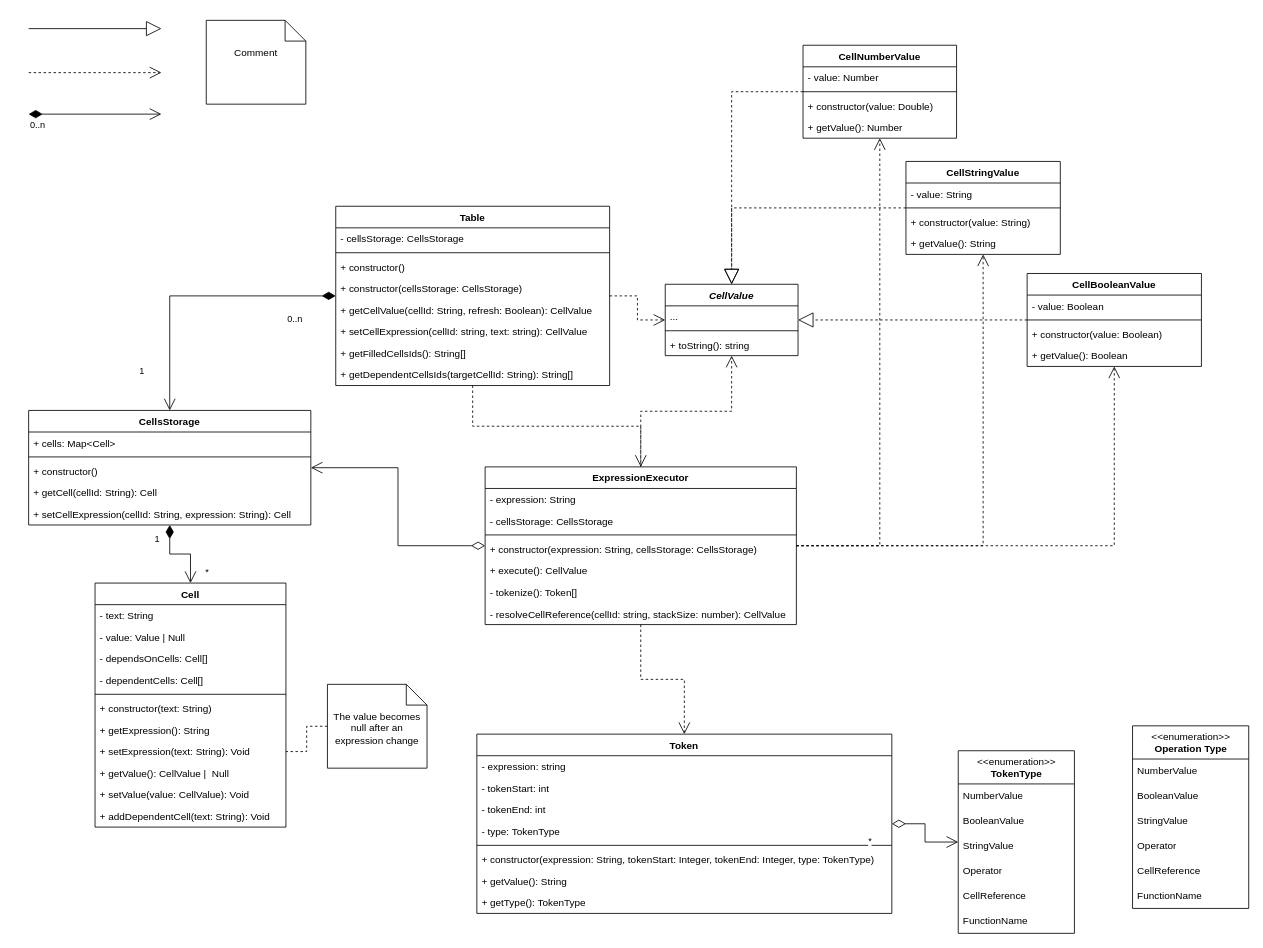
Above: class-diagram.drawio in shevelidze/knu-oop-lab-1 (draw.io), before the change. Source tidied: cells renumbered, new cells numbered last; positions are measured from the earlier drawing's top-left corner, leaving out a move shared by most shapes. Both pictures are drawn from the tidied source at 83%, with x=0, y=0 at pixel (28, 20).
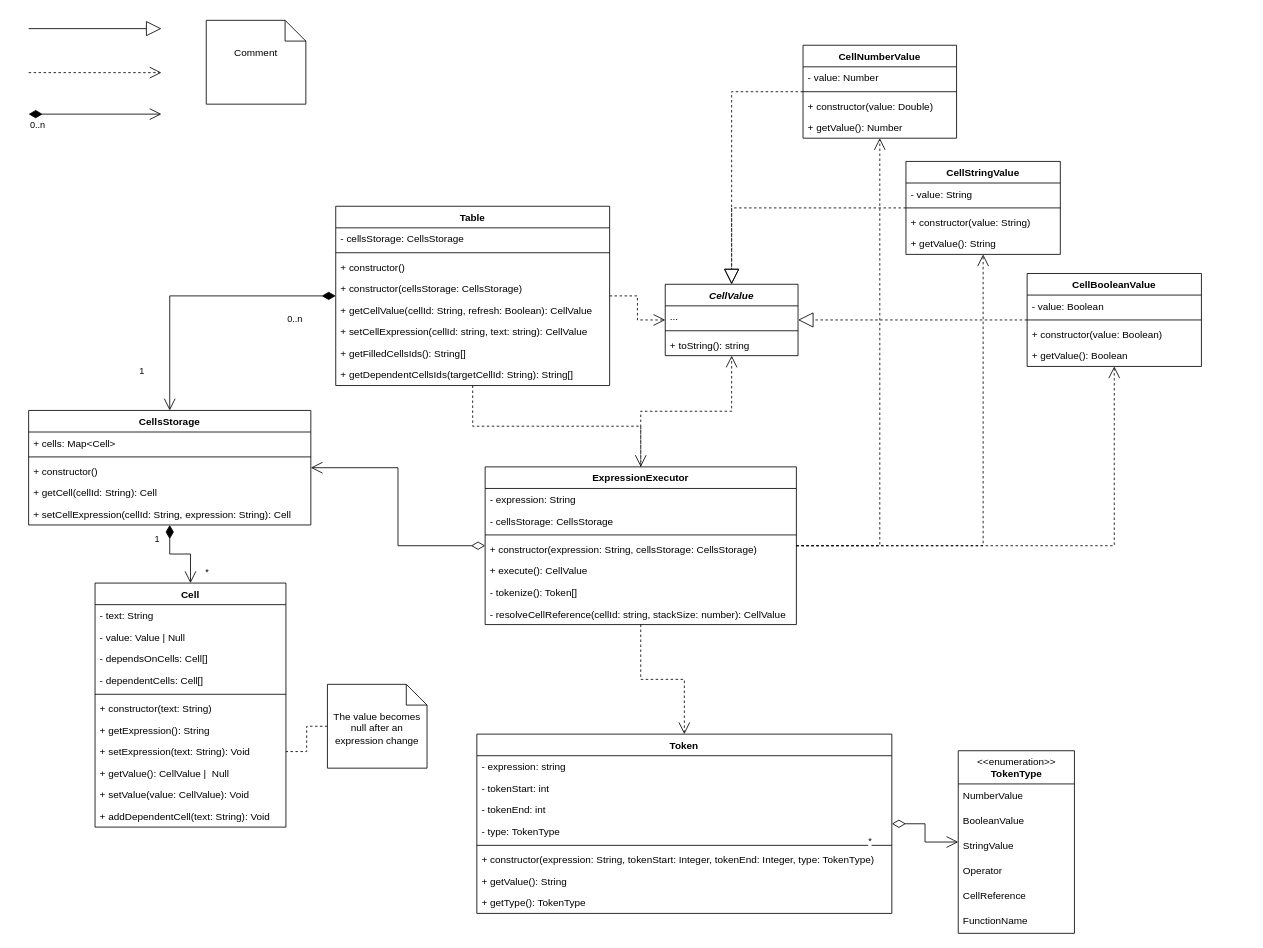
Above is the later version.

Change to the diagram source:
```diff
@@
-    <mxCell id="97" value="&amp;lt;&amp;lt;enumeration&amp;gt;&amp;gt;&lt;br&gt;&lt;b&gt;Operation Type&lt;/b&gt;" style="swimlane;fontStyle=0;align=center;verticalAlign=top;horizontal=1;startSize=40;html=1;rounded=0;" parent="1" vertex="1">
-      <mxGeometry x="1330" y="850" width="140" height="220" as="geometry" />
-    </mxCell>
-    <mxCell id="98" value="NumberValue" style="text;html=1;strokeColor=none;fillColor=none;align=left;verticalAlign=middle;spacingLeft=4;spacingRight=4;overflow=hidden;rounded=0;" parent="97" vertex="1">
-      <mxGeometry y="40" width="140" height="30" as="geometry" />
-    </mxCell>
-    <mxCell id="99" value="BooleanValue" style="text;html=1;strokeColor=none;fillColor=none;align=left;verticalAlign=middle;spacingLeft=4;spacingRight=4;overflow=hidden;rounded=0;" parent="97" vertex="1">
-      <mxGeometry y="70" width="140" height="30" as="geometry" />
-    </mxCell>
-    <mxCell id="100" value="StringValue" style="text;html=1;strokeColor=none;fillColor=none;align=left;verticalAlign=middle;spacingLeft=4;spacingRight=4;overflow=hidden;rounded=0;" parent="97" vertex="1">
-      <mxGeometry y="100" width="140" height="30" as="geometry" />
-    </mxCell>
-    <mxCell id="101" value="Operator" style="text;html=1;strokeColor=none;fillColor=none;align=left;verticalAlign=middle;spacingLeft=4;spacingRight=4;overflow=hidden;rounded=0;" parent="97" vertex="1">
-      <mxGeometry y="130" width="140" height="30" as="geometry" />
-    </mxCell>
-    <mxCell id="102" value="CellReference" style="text;html=1;strokeColor=none;fillColor=none;align=left;verticalAlign=middle;spacingLeft=4;spacingRight=4;overflow=hidden;rounded=0;" parent="97" vertex="1">
-      <mxGeometry y="160" width="140" height="30" as="geometry" />
-    </mxCell>
-    <mxCell id="103" value="FunctionName" style="text;html=1;strokeColor=none;fillColor=none;align=left;verticalAlign=middle;spacingLeft=4;spacingRight=4;overflow=hidden;rounded=0;" parent="97" vertex="1">
-      <mxGeometry y="190" width="140" height="30" as="geometry" />
-    </mxCell>
```
